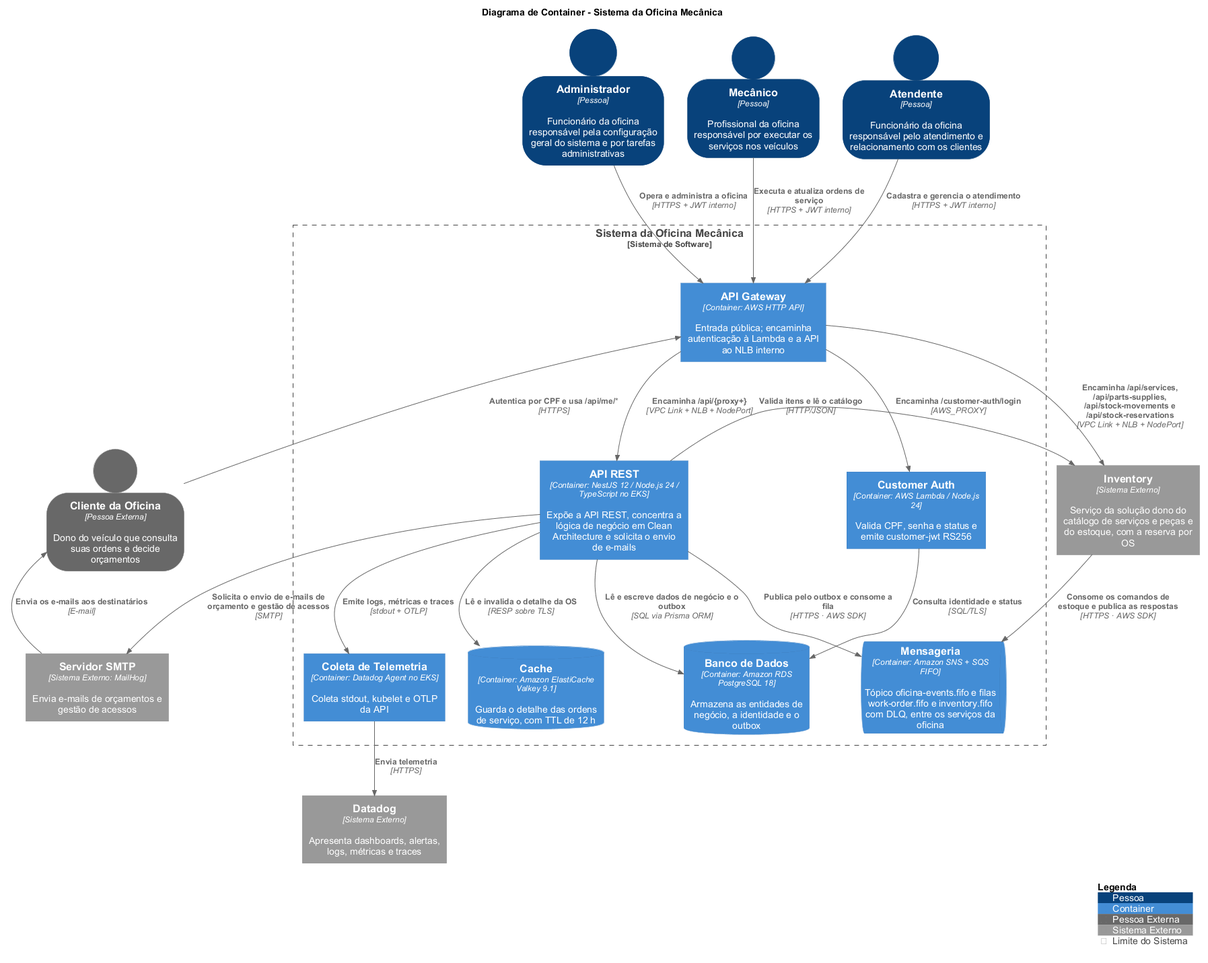
The PlantUML diagram docs/c4/images/c4-container.png in FIAP-15SOAT/oficina-mecanica-work-order-service, before a commit.
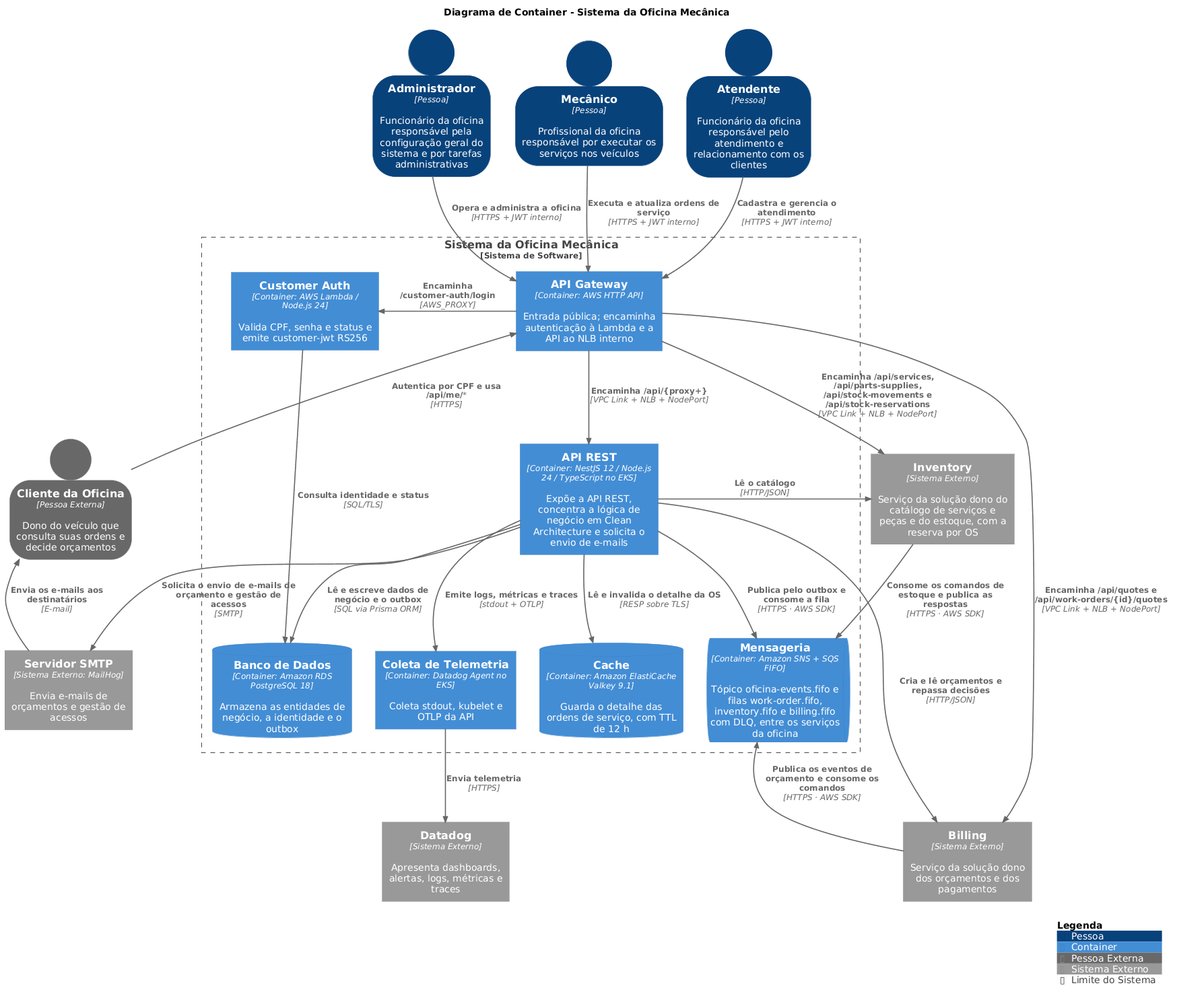
Above is the later version.

Commit message:
docs: redraw diagrams for billing quotes

Change to the diagram source:
```diff
@@ -11,6 +11,7 @@
 SHOW_ELEMENT_TYPE($hidePersonType="false")
 SHOW_PERSON_OUTLINE()
 skinparam defaultFontName Arial
+skinparam ArrowThickness 1.6
 
 title Diagrama de Container - Sistema da Oficina Mecânica
 
@@ -26,10 +27,11 @@
     Container(agent, "Coleta de Telemetria", "Datadog Agent no EKS", "Coleta stdout, kubelet e OTLP da API")
     ContainerDb(postgres, "Banco de Dados", "Amazon RDS PostgreSQL 18", "Armazena as entidades de negócio, a identidade e o outbox")
     ContainerDb(cache, "Cache", "Amazon ElastiCache Valkey 9.1", "Guarda o detalhe das ordens de serviço, com TTL de 12 h")
-    ContainerQueue(messaging, "Mensageria", "Amazon SNS + SQS FIFO", "Tópico oficina-events.fifo e filas work-order.fifo e inventory.fifo com DLQ, entre os serviços da oficina")
+    ContainerQueue(messaging, "Mensageria", "Amazon SNS + SQS FIFO", "Tópico oficina-events.fifo e filas work-order.fifo, inventory.fifo e billing.fifo com DLQ, entre os serviços da oficina")
 }
 
 System_Ext(inventory, "Inventory", "Serviço da solução dono do catálogo de serviços e peças e do estoque, com a reserva por OS")
+System_Ext(billing, "Billing", "Serviço da solução dono dos orçamentos e dos pagamentos")
 System_Ext(datadog, "Datadog", "Apresenta dashboards, alertas, logs, métricas e traces")
 System_Ext(smtp, "Servidor SMTP", "Envia e-mails de orçamentos e gestão de acessos", $type="MailHog")
 
@@ -39,18 +41,22 @@
 Rel_U(cliente, gateway, "Autentica por CPF e usa /api/me/*", "HTTPS")
 
 Rel(gateway, api, "Encaminha /api/{proxy+}", "VPC Link + NLB + NodePort")
-Rel(gateway, auth, "Encaminha /customer-auth/login", "AWS_PROXY")
+Rel_L(gateway, auth, "Encaminha /customer-auth/login", "AWS_PROXY")
+Rel(gateway, billing, "Encaminha /api/quotes e /api/work-orders/{id}/quotes", "VPC Link + NLB + NodePort")
 Rel(gateway, inventory, "Encaminha /api/services, /api/parts-supplies, /api/stock-movements e /api/stock-reservations", "VPC Link + NLB + NodePort")
 
 Rel(api, postgres, "Lê e escreve dados de negócio e o outbox", "SQL via Prisma ORM")
 Rel(api, cache, "Lê e invalida o detalhe da OS", "RESP sobre TLS")
 Rel(api, messaging, "Publica pelo outbox e consome a fila", "HTTPS · AWS SDK")
-Rel(api, inventory, "Valida itens e lê o catálogo", "HTTP/JSON")
+Rel(api, inventory, "Lê o catálogo", "HTTP/JSON")
+Rel(api, billing, "Cria e lê orçamentos e repassa decisões", "HTTP/JSON")
+Rel_U(billing, messaging, "Publica os eventos de orçamento e consome os comandos", "HTTPS · AWS SDK")
 Rel(inventory, messaging, "Consome os comandos de estoque e publica as respostas", "HTTPS · AWS SDK")
 Rel(auth, postgres, "Consulta identidade e status", "SQL/TLS")
 Rel(api, agent, "Emite logs, métricas e traces", "stdout + OTLP")
 Rel(agent, datadog, "Envia telemetria", "HTTPS")
 Rel(api, smtp, "Solicita o envio de e-mails de orçamento e gestão de acessos", "SMTP")
+Lay_D(inventory, billing)
 Rel_U(smtp, cliente, "Envia os e-mails aos destinatários", "E-mail")
 
 SHOW_LEGEND()
```
